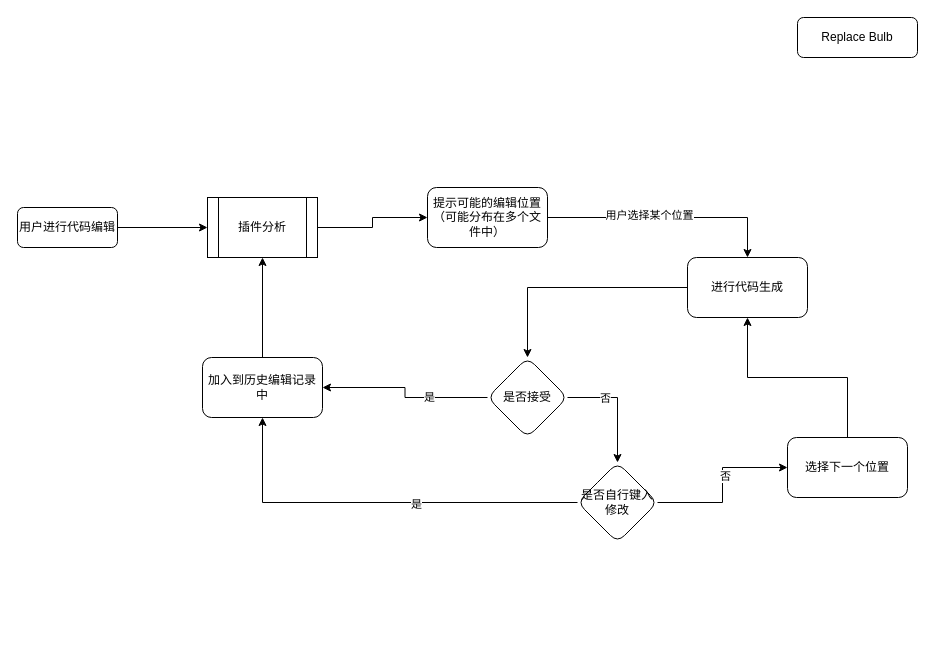
This is 未命名绘图.drawio from zju-edu-zj/coedpilot, a draw.io file, before an edit. Source tidied: cells renumbered, new cells numbered last; positions are measured from the earlier drawing's top-left corner, leaving out a move shared by most shapes. Both pictures are drawn from the tidied source at 100%, with x=0, y=0 at pixel (17, 17).
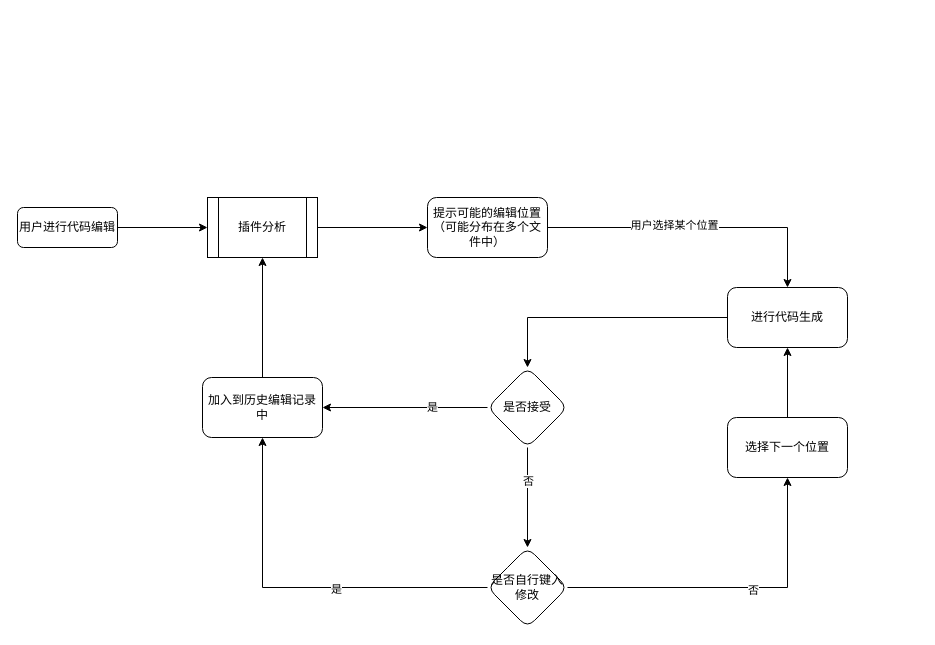
The same page after the edit.

Commit message (it also covers changes not shown here):
更新未命名绘图.drawio

What changed in the source:
```diff
@@
-    <mxCell id="4" value="Replace Bulb" style="rounded=1;whiteSpace=wrap;html=1;fontSize=12;glass=0;strokeWidth=1;shadow=0;" parent="1" vertex="1">
-      <mxGeometry x="780" width="120" height="40" as="geometry" />
-    </mxCell>
@@
     <mxCell id="7" value="提示可能的编辑位置（可能分布在多个文件中）" style="whiteSpace=wrap;html=1;rounded=1;glass=0;strokeWidth=1;shadow=0;" parent="1" vertex="1">
-      <mxGeometry x="410" y="170" width="120" height="60" as="geometry" />
+      <mxGeometry x="410" y="180" width="120" height="60" as="geometry" />
     </mxCell>
@@
     <mxCell id="9" value="进行代码生成" style="whiteSpace=wrap;html=1;rounded=1;glass=0;strokeWidth=1;shadow=0;" parent="1" vertex="1">
-      <mxGeometry x="670" y="240" width="120" height="60" as="geometry" />
+      <mxGeometry x="710" y="270" width="120" height="60" as="geometry" />
     </mxCell>
@@
     <mxCell id="14" value="是否接受" style="rhombus;whiteSpace=wrap;html=1;rounded=1;glass=0;strokeWidth=1;shadow=0;" parent="1" vertex="1">
-      <mxGeometry x="470" y="340" width="80" height="80" as="geometry" />
+      <mxGeometry x="470" y="350" width="80" height="80" as="geometry" />
     </mxCell>
@@
     <mxCell id="18" value="加入到历史编辑记录中" style="rounded=1;whiteSpace=wrap;html=1;glass=0;strokeWidth=1;shadow=0;" parent="1" vertex="1">
-      <mxGeometry x="185" y="340" width="120" height="60" as="geometry" />
+      <mxGeometry x="185" y="360" width="120" height="60" as="geometry" />
     </mxCell>
@@
     <mxCell id="23" value="是否自行键入修改" style="rhombus;whiteSpace=wrap;html=1;rounded=1;glass=0;strokeWidth=1;shadow=0;" parent="1" vertex="1">
-      <mxGeometry x="560" y="445" width="80" height="80" as="geometry" />
+      <mxGeometry x="470" y="530" width="80" height="80" as="geometry" />
     </mxCell>
@@
     <mxCell id="25" value="选择下一个位置" style="whiteSpace=wrap;html=1;rounded=1;glass=0;strokeWidth=1;shadow=0;" parent="1" vertex="1">
-      <mxGeometry x="770" y="420" width="120" height="60" as="geometry" />
+      <mxGeometry x="710" y="400" width="120" height="60" as="geometry" />
     </mxCell>
```
